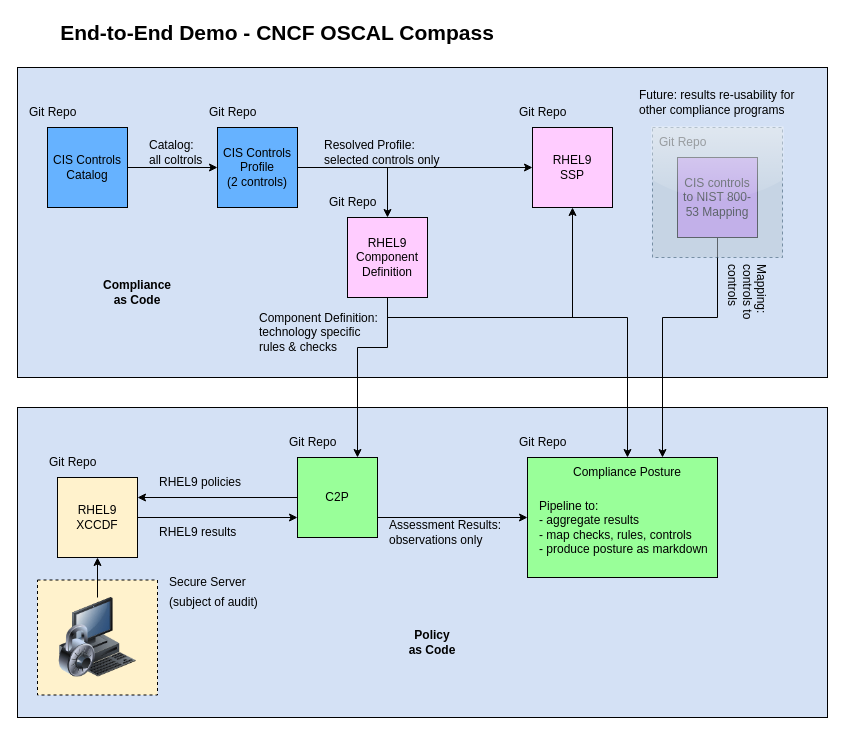
This is images/e2e-demo.c2p.drawio from oscal-compass/e2e-demo, a draw.io file, before an edit. Source tidied: cells renumbered, new cells numbered last; positions are measured from the earlier drawing's top-left corner, leaving out a move shared by most shapes. Both pictures are drawn from the tidied source at 100%, with x=0, y=0 at pixel (17, 17).
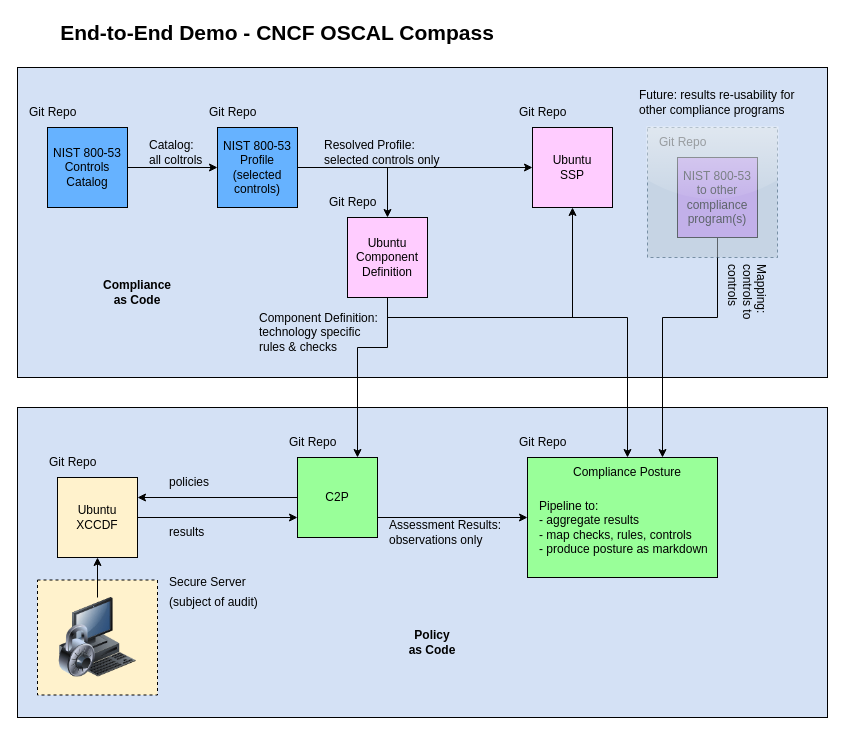
The same diagram, later.

What changed in the source:
```diff
@@
-    <mxCell id="10" value="CIS Controls&lt;div&gt;Catalog&lt;/div&gt;" style="whiteSpace=wrap;html=1;fillColor=light-dark(#66B2FF,var(--ge-dark-color, #121212));" parent="1" vertex="1">
+    <mxCell id="10" value="NIST 800-53&lt;div&gt;Controls Catalog&lt;/div&gt;" style="whiteSpace=wrap;html=1;fillColor=light-dark(#66B2FF,var(--ge-dark-color, #121212));" parent="1" vertex="1">
       <mxGeometry x="30" y="110" width="80" height="80" as="geometry" />
     </mxCell>
@@
-    <mxCell id="13" value="CIS Controls&lt;div&gt;Profile&lt;/div&gt;&lt;div&gt;(2 controls)&lt;/div&gt;" style="whiteSpace=wrap;html=1;fillColor=light-dark(#66B2FF,var(--ge-dark-color, #121212));" parent="1" vertex="1">
+    <mxCell id="13" value="NIST 800-53&lt;div&gt;Profile (selected controls)&lt;/div&gt;" style="whiteSpace=wrap;html=1;fillColor=light-dark(#66B2FF,var(--ge-dark-color, #121212));" parent="1" vertex="1">
       <mxGeometry x="200" y="110" width="80" height="80" as="geometry" />
     </mxCell>
@@
-    <mxCell id="19" value="RHEL9&lt;div&gt;Component Definition&lt;/div&gt;" style="whiteSpace=wrap;html=1;fillColor=light-dark(#FFCCFF,var(--ge-dark-color, #121212));" parent="1" vertex="1">
+    <mxCell id="19" value="Ubuntu Component Definition" style="whiteSpace=wrap;html=1;fillColor=light-dark(#FFCCFF,var(--ge-dark-color, #121212));" parent="1" vertex="1">
       <mxGeometry x="330" y="200" width="80" height="80" as="geometry" />
     </mxCell>
@@
-    <mxCell id="21" value="RHEL9&lt;div&gt;SSP&lt;/div&gt;" style="whiteSpace=wrap;html=1;fillColor=light-dark(#FFCCFF,var(--ge-dark-color, #121212));" parent="1" vertex="1">
+    <mxCell id="21" value="Ubuntu&lt;div&gt;SSP&lt;/div&gt;" style="whiteSpace=wrap;html=1;fillColor=light-dark(#FFCCFF,var(--ge-dark-color, #121212));" parent="1" vertex="1">
       <mxGeometry x="515" y="110" width="80" height="80" as="geometry" />
     </mxCell>
@@
-    <mxCell id="24" value="RHEL9&lt;div&gt;XCCDF&lt;/div&gt;" style="whiteSpace=wrap;html=1;fillColor=light-dark(#FFF2CC,var(--ge-dark-color, #121212));" parent="1" vertex="1">
+    <mxCell id="24" value="Ubuntu&lt;div&gt;XCCDF&lt;/div&gt;" style="whiteSpace=wrap;html=1;fillColor=light-dark(#FFF2CC,var(--ge-dark-color, #121212));" parent="1" vertex="1">
       <mxGeometry x="40" y="460" width="80" height="80" as="geometry" />
     </mxCell>
@@
-    <mxCell id="37" value="CIS controls to NIST 800-53 Mapping" style="whiteSpace=wrap;html=1;fillColor=light-dark(#CC99FF,var(--ge-dark-color, #121212));" parent="1" vertex="1">
+    <mxCell id="37" value="NIST 800-53 to other compliance program(s)" style="whiteSpace=wrap;html=1;fillColor=light-dark(#CC99FF,var(--ge-dark-color, #121212));" parent="1" vertex="1">
       <mxGeometry x="660" y="140" width="80" height="80" as="geometry" />
     </mxCell>
@@
     <mxCell id="42" style="whiteSpace=wrap;html=1;dashed=1;fillColor=#bac8d3;glass=1;opacity=50;strokeColor=#23445d;" parent="1" vertex="1">
-      <mxGeometry x="635" y="110" width="130" height="130" as="geometry" />
+      <mxGeometry x="630" y="110" width="130" height="130" as="geometry" />
     </mxCell>
@@
-    <mxCell id="45" value="RHEL9 policies" style="text;html=1;align=left;verticalAlign=middle;whiteSpace=wrap;rounded=0;" parent="1" vertex="1">
-      <mxGeometry x="140" y="450" width="140" height="30" as="geometry" />
+    <mxCell id="45" value="policies" style="text;html=1;align=left;verticalAlign=middle;whiteSpace=wrap;rounded=0;" parent="1" vertex="1">
+      <mxGeometry x="150" y="450" width="90" height="30" as="geometry" />
     </mxCell>
-    <mxCell id="46" value="RHEL9 results" style="text;html=1;align=left;verticalAlign=middle;whiteSpace=wrap;rounded=0;" parent="1" vertex="1">
-      <mxGeometry x="140" y="500" width="140" height="30" as="geometry" />
+    <mxCell id="46" value="results" style="text;html=1;align=left;verticalAlign=middle;whiteSpace=wrap;rounded=0;" parent="1" vertex="1">
+      <mxGeometry x="150" y="500" width="60" height="30" as="geometry" />
     </mxCell>
```
